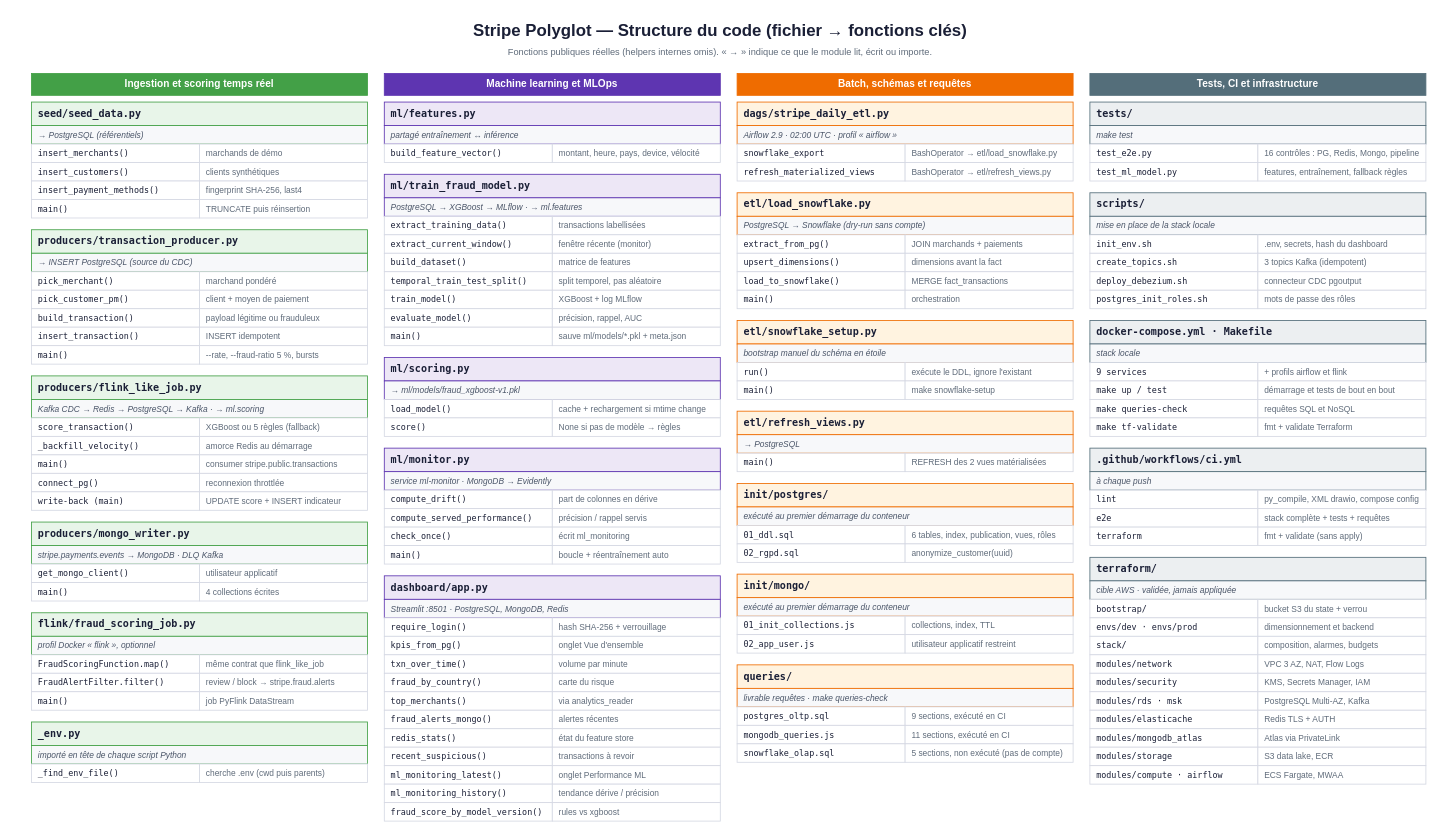
Above: presentation/stripe_code_structure.drawio in PDUCLOS/BLOC2-STRIPE (draw.io), before the change. Source tidied: cells renumbered, new cells numbered last; positions are measured from the earlier drawing's top-left corner, leaving out a move shared by most shapes. Both pictures are drawn from the tidied source at 84%, with x=0, y=0 at pixel (14, 14).
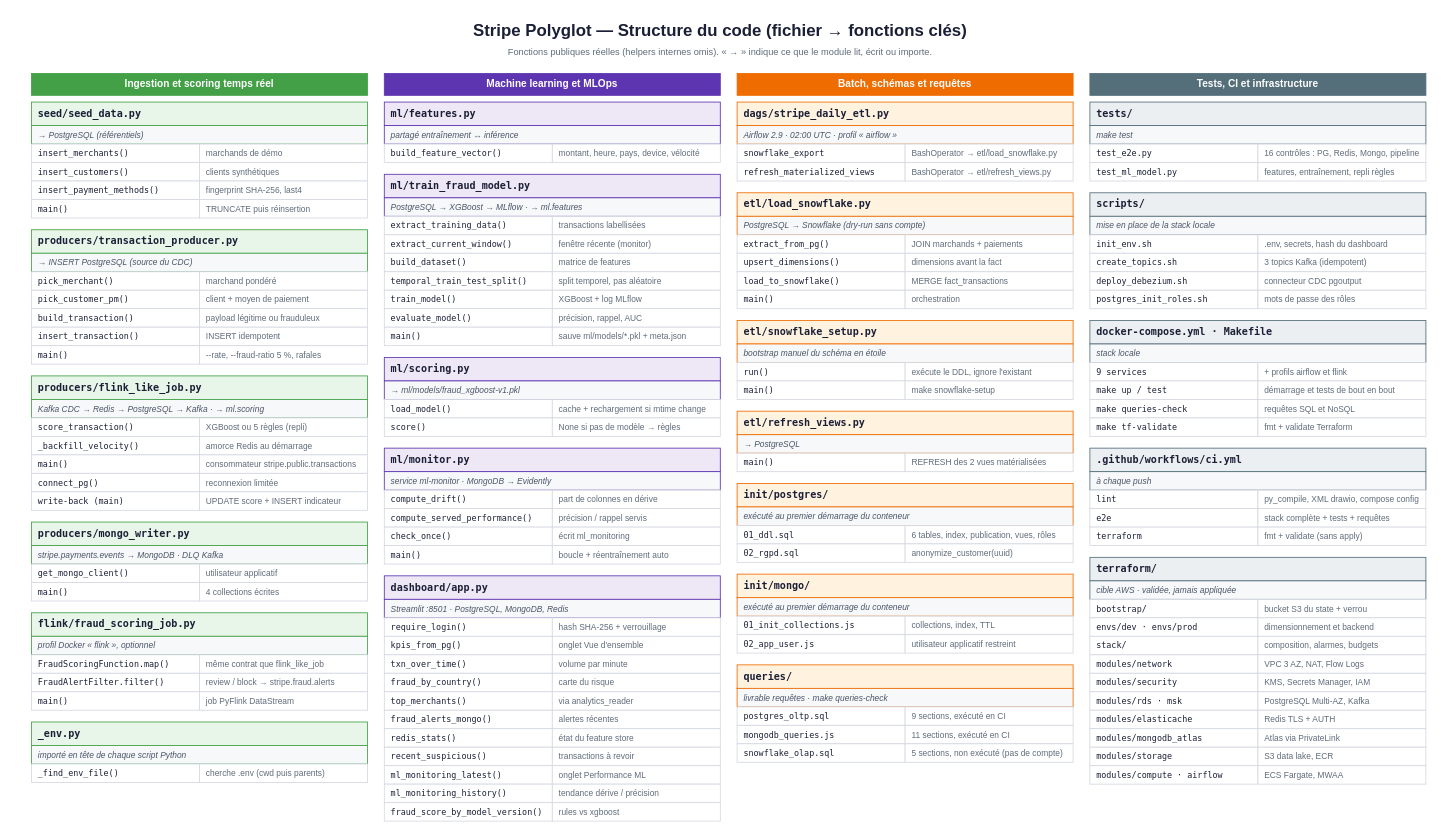
The same diagram, later.

The edit, as a diff of the source:
```diff
@@
-    <mxCell id="26" value="--rate, --fraud-ratio 5 %, bursts" style="rounded=0;whiteSpace=wrap;html=1;fillColor=#ffffff;strokeColor=#d5d8e3;fontSize=10;fontColor=#5f6b7a;align=left;verticalAlign=middle;arcSize=6;fontStyle=0;spacingLeft=6;spacingRight=6;" parent="1" vertex="1">
+    <mxCell id="26" value="--rate, --fraud-ratio 5 %, rafales" style="rounded=0;whiteSpace=wrap;html=1;fillColor=#ffffff;strokeColor=#d5d8e3;fontSize=10;fontColor=#5f6b7a;align=left;verticalAlign=middle;arcSize=6;fontStyle=0;spacingLeft=6;spacingRight=6;" parent="1" vertex="1">
       <mxGeometry x="220" y="394" width="200" height="22" as="geometry" />
     </mxCell>
@@
-    <mxCell id="30" value="XGBoost ou 5 règles (fallback)" style="rounded=0;whiteSpace=wrap;html=1;fillColor=#ffffff;strokeColor=#d5d8e3;fontSize=10;fontColor=#5f6b7a;align=left;verticalAlign=middle;arcSize=6;fontStyle=0;spacingLeft=6;spacingRight=6;" parent="1" vertex="1">
+    <mxCell id="30" value="XGBoost ou 5 règles (repli)" style="rounded=0;whiteSpace=wrap;html=1;fillColor=#ffffff;strokeColor=#d5d8e3;fontSize=10;fontColor=#5f6b7a;align=left;verticalAlign=middle;arcSize=6;fontStyle=0;spacingLeft=6;spacingRight=6;" parent="1" vertex="1">
       <mxGeometry x="220" y="480" width="200" height="22" as="geometry" />
     </mxCell>
@@
-    <mxCell id="34" value="consumer stripe.public.transactions" style="rounded=0;whiteSpace=wrap;html=1;fillColor=#ffffff;strokeColor=#d5d8e3;fontSize=10;fontColor=#5f6b7a;align=left;verticalAlign=middle;arcSize=6;fontStyle=0;spacingLeft=6;spacingRight=6;" parent="1" vertex="1">
+    <mxCell id="34" value="consommateur stripe.public.transactions" style="rounded=0;whiteSpace=wrap;html=1;fillColor=#ffffff;strokeColor=#d5d8e3;fontSize=10;fontColor=#5f6b7a;align=left;verticalAlign=middle;arcSize=6;fontStyle=0;spacingLeft=6;spacingRight=6;" parent="1" vertex="1">
       <mxGeometry x="220" y="524" width="200" height="22" as="geometry" />
     </mxCell>
@@
-    <mxCell id="36" value="reconnexion throttlée" style="rounded=0;whiteSpace=wrap;html=1;fillColor=#ffffff;strokeColor=#d5d8e3;fontSize=10;fontColor=#5f6b7a;align=left;verticalAlign=middle;arcSize=6;fontStyle=0;spacingLeft=6;spacingRight=6;" parent="1" vertex="1">
+    <mxCell id="36" value="reconnexion limitée" style="rounded=0;whiteSpace=wrap;html=1;fillColor=#ffffff;strokeColor=#d5d8e3;fontSize=10;fontColor=#5f6b7a;align=left;verticalAlign=middle;arcSize=6;fontStyle=0;spacingLeft=6;spacingRight=6;" parent="1" vertex="1">
       <mxGeometry x="220" y="546" width="200" height="22" as="geometry" />
     </mxCell>
@@
-    <mxCell id="171" value="features, entraînement, fallback règles" style="rounded=0;whiteSpace=wrap;html=1;fillColor=#ffffff;strokeColor=#d5d8e3;fontSize=10;fontColor=#5f6b7a;align=left;verticalAlign=middle;arcSize=6;fontStyle=0;spacingLeft=6;spacingRight=6;" parent="1" vertex="1">
+    <mxCell id="171" value="features, entraînement, repli règles" style="rounded=0;whiteSpace=wrap;html=1;fillColor=#ffffff;strokeColor=#d5d8e3;fontSize=10;fontColor=#5f6b7a;align=left;verticalAlign=middle;arcSize=6;fontStyle=0;spacingLeft=6;spacingRight=6;" parent="1" vertex="1">
       <mxGeometry x="1480" y="176" width="200" height="22" as="geometry" />
     </mxCell>
```
